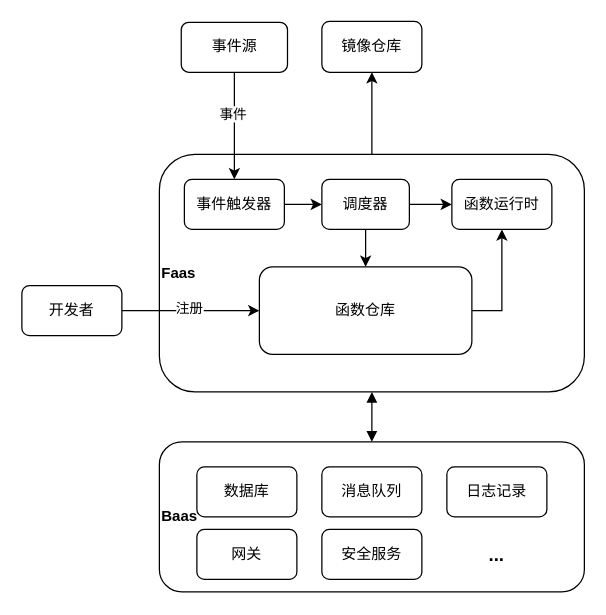
Above: page "无服务器计算架构" (2 of 6) of directory/边缘架构.drawio in lllwwwooo/draw.io (draw.io), before the change. Source tidied: cells renumbered, new cells numbered last; positions are measured from the earlier drawing's top-left corner, leaving out a move shared by most shapes. Both pictures are drawn from the tidied source at 125%, with x=0, y=0 at pixel (21, 21).
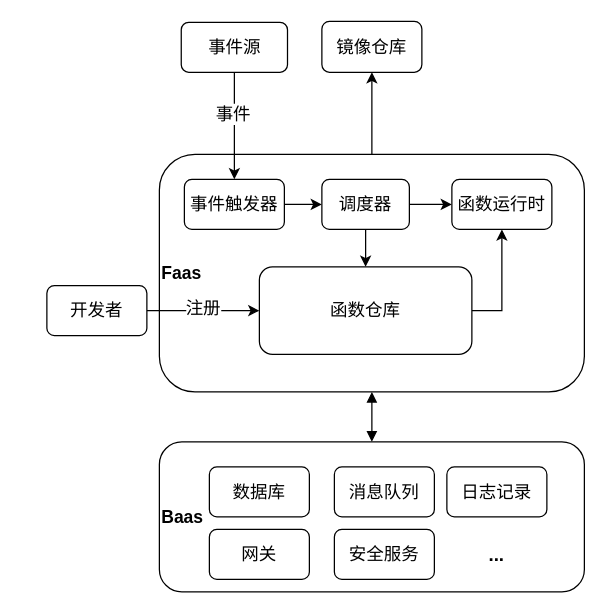
The same page after the edit.

Unchanged cells that the change refers to:
```xml
<mxCell id="5" style="edgeStyle=orthogonalEdgeStyle;rounded=0;jettySize=auto;html=1;exitX=0.5;exitY=1;exitDx=0;exitDy=0;entryX=0.5;entryY=0;entryDx=0;entryDy=0;" parent="1" edge="1" source="7" target="10">
  <mxGeometry relative="1" as="geometry" />
</mxCell>
<mxCell id="24" style="edgeStyle=orthogonalEdgeStyle;rounded=0;jettySize=auto;html=1;exitX=1;exitY=0.5;exitDx=0;exitDy=0;entryX=0;entryY=0.5;entryDx=0;entryDy=0;" parent="1" edge="1" source="26" target="16">
  <mxGeometry relative="1" as="geometry" />
</mxCell>
```

The edit, as a diff of the source:
```diff
@@
-    <mxCell id="4" value="&lt;b&gt;Faas&lt;/b&gt;" style="rounded=1;whiteSpace=wrap;html=1;labelPosition=center;verticalLabelPosition=middle;align=left;verticalAlign=middle;" parent="1" vertex="1">
+    <mxCell id="4" value="&lt;b&gt;&lt;font style=&quot;font-size: 14px;&quot;&gt;Faas&lt;/font&gt;&lt;/b&gt;" style="rounded=1;whiteSpace=wrap;html=1;labelPosition=center;verticalLabelPosition=middle;align=left;verticalAlign=middle;" parent="1" vertex="1">
       <mxGeometry x="110" y="106" width="340" height="190" as="geometry" />
     </mxCell>
@@
-    <mxCell id="6" value="事件" style="edgeLabel;html=1;align=center;verticalAlign=middle;" parent="5" vertex="1">
+    <mxCell id="6" value="&lt;font style=&quot;font-size: 14px;&quot;&gt;事件&lt;/font&gt;" style="edgeLabel;html=1;align=center;verticalAlign=middle;" parent="5" vertex="1">
       <mxGeometry x="-0.22" y="-2" relative="1" as="geometry" />
     </mxCell>
-    <mxCell id="7" value="事件源" style="rounded=1;whiteSpace=wrap;html=1;" parent="1" vertex="1">
+    <mxCell id="7" value="&lt;font style=&quot;font-size: 14px;&quot;&gt;事件源&lt;/font&gt;" style="rounded=1;whiteSpace=wrap;html=1;" parent="1" vertex="1">
       <mxGeometry x="127.5" y="0.3" width="85" height="40" as="geometry" />
     </mxCell>
-    <mxCell id="8" value="&lt;b&gt;Baas&lt;/b&gt;" style="rounded=1;whiteSpace=wrap;html=1;labelPosition=center;verticalLabelPosition=middle;align=left;verticalAlign=middle;" parent="1" vertex="1">
+    <mxCell id="8" value="&lt;b&gt;&lt;font style=&quot;font-size: 14px;&quot;&gt;Baas&lt;/font&gt;&lt;/b&gt;" style="rounded=1;whiteSpace=wrap;html=1;labelPosition=center;verticalLabelPosition=middle;align=left;verticalAlign=middle;" parent="1" vertex="1">
       <mxGeometry x="110" y="336" width="340" height="120" as="geometry" />
     </mxCell>
@@
-    <mxCell id="10" value="事件触发器" style="rounded=1;whiteSpace=wrap;html=1;" parent="1" vertex="1">
+    <mxCell id="10" value="&lt;font style=&quot;font-size: 14px;&quot;&gt;事件触发器&lt;/font&gt;" style="rounded=1;whiteSpace=wrap;html=1;" parent="1" vertex="1">
       <mxGeometry x="130" y="126" width="80" height="40" as="geometry" />
     </mxCell>
@@
-    <mxCell id="13" value="调度器" style="rounded=1;whiteSpace=wrap;html=1;" parent="1" vertex="1">
+    <mxCell id="13" value="调度器" style="rounded=1;whiteSpace=wrap;html=1;fontSize=14;" parent="1" vertex="1">
       <mxGeometry x="240" y="126" width="70" height="40" as="geometry" />
     </mxCell>
-    <mxCell id="14" value="函数运行时" style="rounded=1;whiteSpace=wrap;html=1;" parent="1" vertex="1">
+    <mxCell id="14" value="函数运行时" style="rounded=1;whiteSpace=wrap;html=1;fontSize=14;" parent="1" vertex="1">
       <mxGeometry x="344" y="126" width="80" height="40" as="geometry" />
     </mxCell>
@@
-    <mxCell id="16" value="函数仓库" style="rounded=1;whiteSpace=wrap;html=1;" parent="1" vertex="1">
+    <mxCell id="16" value="函数仓库" style="rounded=1;whiteSpace=wrap;html=1;fontSize=14;" parent="1" vertex="1">
       <mxGeometry x="190" y="196" width="170" height="70" as="geometry" />
     </mxCell>
-    <mxCell id="17" value="镜像仓库" style="rounded=1;whiteSpace=wrap;html=1;" parent="1" vertex="1">
+    <mxCell id="17" value="&lt;font style=&quot;font-size: 14px;&quot;&gt;镜像仓库&lt;/font&gt;" style="rounded=1;whiteSpace=wrap;html=1;" parent="1" vertex="1">
       <mxGeometry x="240" y="-0.4" width="80" height="40.7" as="geometry" />
     </mxCell>
-    <mxCell id="18" value="数据库" style="rounded=1;whiteSpace=wrap;html=1;" parent="1" vertex="1">
-      <mxGeometry x="140" y="356" width="80" height="40" as="geometry" />
+    <mxCell id="18" value="&lt;font style=&quot;font-size: 14px;&quot;&gt;数据库&lt;/font&gt;" style="rounded=1;whiteSpace=wrap;html=1;" parent="1" vertex="1">
+      <mxGeometry x="150" y="356" width="80" height="40" as="geometry" />
     </mxCell>
-    <mxCell id="19" value="消息队列" style="rounded=1;whiteSpace=wrap;html=1;" parent="1" vertex="1">
-      <mxGeometry x="240" y="356" width="80" height="40" as="geometry" />
+    <mxCell id="19" value="&lt;font style=&quot;font-size: 14px;&quot;&gt;消息队列&lt;/font&gt;" style="rounded=1;whiteSpace=wrap;html=1;" parent="1" vertex="1">
+      <mxGeometry x="250" y="356" width="80" height="40" as="geometry" />
     </mxCell>
-    <mxCell id="20" value="日志记录" style="rounded=1;whiteSpace=wrap;html=1;" parent="1" vertex="1">
+    <mxCell id="20" value="&lt;font style=&quot;font-size: 14px;&quot;&gt;日志记录&lt;/font&gt;" style="rounded=1;whiteSpace=wrap;html=1;" parent="1" vertex="1">
       <mxGeometry x="340" y="356" width="80" height="40" as="geometry" />
     </mxCell>
-    <mxCell id="21" value="网关" style="rounded=1;whiteSpace=wrap;html=1;" parent="1" vertex="1">
-      <mxGeometry x="140" y="406" width="80" height="40" as="geometry" />
+    <mxCell id="21" value="&lt;font style=&quot;font-size: 14px;&quot;&gt;网关&lt;/font&gt;" style="rounded=1;whiteSpace=wrap;html=1;" parent="1" vertex="1">
+      <mxGeometry x="150" y="406" width="80" height="40" as="geometry" />
     </mxCell>
-    <mxCell id="22" value="安全服务" style="rounded=1;whiteSpace=wrap;html=1;" parent="1" vertex="1">
-      <mxGeometry x="240" y="406" width="80" height="40" as="geometry" />
+    <mxCell id="22" value="&lt;font style=&quot;font-size: 14px;&quot;&gt;安全服务&lt;/font&gt;" style="rounded=1;whiteSpace=wrap;html=1;" parent="1" vertex="1">
+      <mxGeometry x="250" y="406" width="80" height="40" as="geometry" />
     </mxCell>
@@
-    <mxCell id="25" value="注册" style="edgeLabel;html=1;align=center;verticalAlign=middle;" parent="24" vertex="1">
+    <mxCell id="25" value="注册" style="edgeLabel;html=1;align=center;verticalAlign=middle;fontSize=14;" parent="24" vertex="1">
       <mxGeometry x="-0.03" y="3" relative="1" as="geometry" />
     </mxCell>
-    <mxCell id="26" value="开发者" style="rounded=1;whiteSpace=wrap;html=1;" parent="1" vertex="1">
-      <mxGeometry y="211" width="80" height="40" as="geometry" />
+    <mxCell id="26" value="开发者" style="rounded=1;whiteSpace=wrap;html=1;fontSize=14;" parent="1" vertex="1">
+      <mxGeometry x="20" y="211" width="80" height="40" as="geometry" />
     </mxCell>
```
